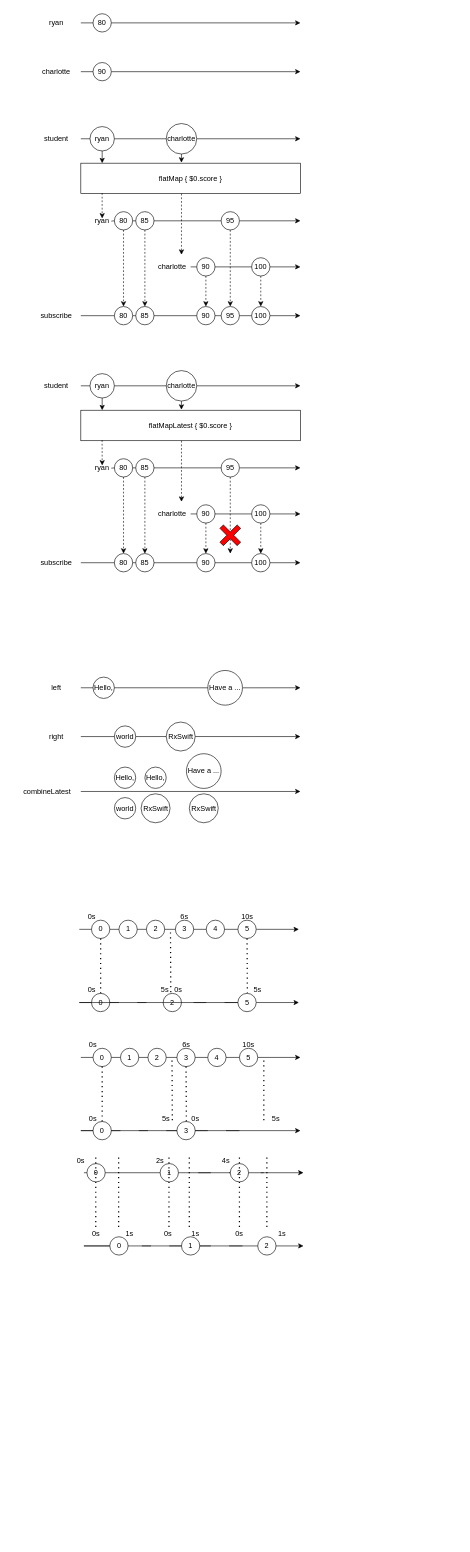
Earlier version of the draw.io diagram Apple/RxSwift/OperatorPractice.drawio (dev-wimes/TIL). Source tidied: cells renumbered, new cells numbered last; positions are measured from the earlier drawing's top-left corner, leaving out a move shared by most shapes. Both pictures are drawn from the tidied source at 61%, with x=0, y=0 at pixel (20, 10).
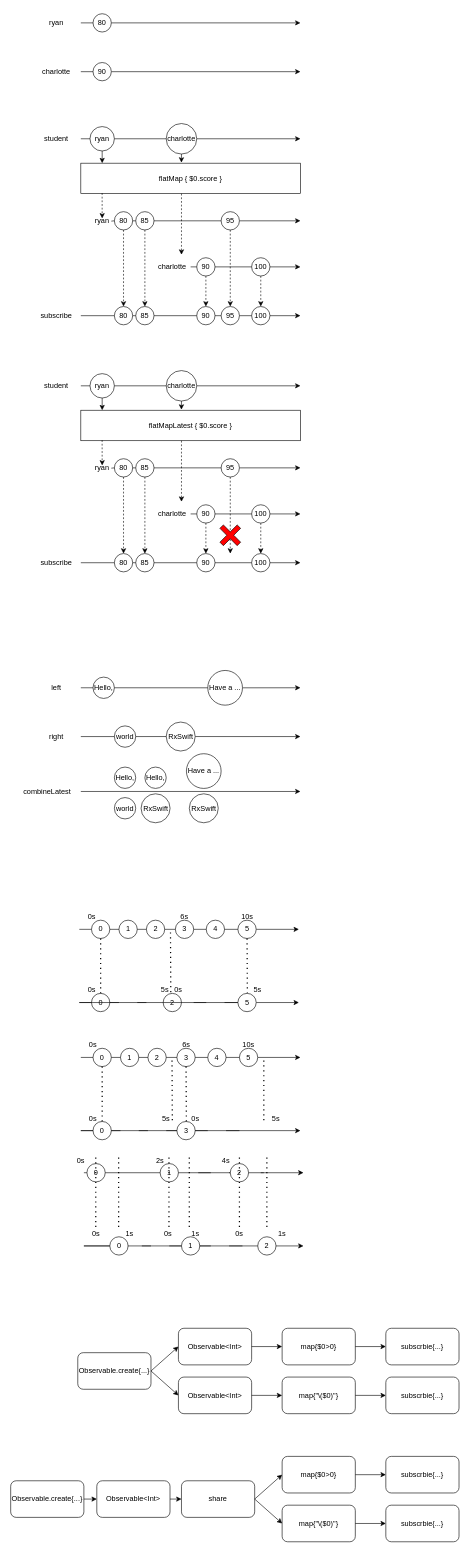
Above is the later version.

Diff of the diagram source:
```diff
@@
+    <mxCell id="219" value="Observable.create{...}" style="rounded=1;whiteSpace=wrap;html=1;fillColor=none;" parent="1" vertex="1">
+      <mxGeometry x="95" y="2200" width="120" height="60" as="geometry" />
+    </mxCell>
+    <mxCell id="220" value="Observable&amp;lt;Int&amp;gt;" style="rounded=1;whiteSpace=wrap;html=1;fillColor=none;" parent="1" vertex="1">
+      <mxGeometry x="260" y="2160" width="120" height="60" as="geometry" />
+    </mxCell>
+    <mxCell id="221" value="Observable&amp;lt;Int&amp;gt;" style="rounded=1;whiteSpace=wrap;html=1;fillColor=none;" parent="1" vertex="1">
+      <mxGeometry x="260" y="2240" width="120" height="60" as="geometry" />
+    </mxCell>
+    <mxCell id="222" value="map{$0&amp;gt;0}" style="rounded=1;whiteSpace=wrap;html=1;fillColor=none;" parent="1" vertex="1">
+      <mxGeometry x="430" y="2160" width="120" height="60" as="geometry" />
+    </mxCell>
+    <mxCell id="223" value="map{&quot;\($0)&quot;}" style="rounded=1;whiteSpace=wrap;html=1;fillColor=none;" parent="1" vertex="1">
+      <mxGeometry x="430" y="2240" width="120" height="60" as="geometry" />
+    </mxCell>
+    <mxCell id="224" style="endArrow=classic;html=1;rounded=0;exitX=1;exitY=0.5;exitDx=0;exitDy=0;entryX=0;entryY=0.5;entryDx=0;entryDy=0;" parent="1" edge="1" source="219" target="220">
+      <mxGeometry relative="1" as="geometry" />
+    </mxCell>
+    <mxCell id="225" style="endArrow=classic;html=1;rounded=0;exitX=1;exitY=0.5;exitDx=0;exitDy=0;entryX=0;entryY=0.5;entryDx=0;entryDy=0;" parent="1" edge="1" source="219" target="221">
+      <mxGeometry relative="1" as="geometry" />
+    </mxCell>
+    <mxCell id="226" style="endArrow=classic;html=1;rounded=0;entryX=0;entryY=0.5;entryDx=0;entryDy=0;" parent="1" edge="1" source="220" target="222">
+      <mxGeometry relative="1" as="geometry" />
+    </mxCell>
+    <mxCell id="227" style="endArrow=classic;html=1;rounded=0;entryX=0;entryY=0.5;entryDx=0;entryDy=0;exitX=1;exitY=0.5;exitDx=0;exitDy=0;" parent="1" edge="1" source="221" target="223">
+      <mxGeometry relative="1" as="geometry" />
+    </mxCell>
+    <mxCell id="228" value="subscrbie{...}" style="rounded=1;whiteSpace=wrap;html=1;fillColor=none;" parent="1" vertex="1">
+      <mxGeometry x="600" y="2160" width="120" height="60" as="geometry" />
+    </mxCell>
+    <mxCell id="229" value="subscrbie{...}" style="rounded=1;whiteSpace=wrap;html=1;fillColor=none;" parent="1" vertex="1">
+      <mxGeometry x="600" y="2240" width="120" height="60" as="geometry" />
+    </mxCell>
+    <mxCell id="230" style="endArrow=classic;html=1;rounded=0;entryX=0;entryY=0.5;entryDx=0;entryDy=0;exitX=1;exitY=0.5;exitDx=0;exitDy=0;" parent="1" edge="1" source="222" target="228">
+      <mxGeometry relative="1" as="geometry" />
+    </mxCell>
+    <mxCell id="231" style="endArrow=classic;html=1;rounded=0;entryX=0;entryY=0.5;entryDx=0;entryDy=0;exitX=1;exitY=0.5;exitDx=0;exitDy=0;" parent="1" edge="1" source="223" target="229">
+      <mxGeometry relative="1" as="geometry" />
+    </mxCell>
+    <mxCell id="232" value="Observable.create{...}" style="rounded=1;whiteSpace=wrap;html=1;fillColor=none;" parent="1" vertex="1">
+      <mxGeometry x="-15" y="2410" width="120" height="60" as="geometry" />
+    </mxCell>
+    <mxCell id="233" value="Observable&amp;lt;Int&amp;gt;" style="rounded=1;whiteSpace=wrap;html=1;fillColor=none;" parent="1" vertex="1">
+      <mxGeometry x="126.2" y="2410" width="120" height="60" as="geometry" />
+    </mxCell>
+    <mxCell id="234" value="map{$0&amp;gt;0}" style="rounded=1;whiteSpace=wrap;html=1;fillColor=none;" parent="1" vertex="1">
+      <mxGeometry x="430" y="2370" width="120" height="60" as="geometry" />
+    </mxCell>
+    <mxCell id="235" value="map{&quot;\($0)&quot;}" style="rounded=1;whiteSpace=wrap;html=1;fillColor=none;" parent="1" vertex="1">
+      <mxGeometry x="430" y="2450" width="120" height="60" as="geometry" />
+    </mxCell>
+    <mxCell id="236" style="endArrow=classic;html=1;rounded=0;exitX=1;exitY=0.5;exitDx=0;exitDy=0;entryX=0;entryY=0.5;entryDx=0;entryDy=0;" parent="1" edge="1" source="232" target="233">
+      <mxGeometry relative="1" as="geometry" />
+    </mxCell>
+    <mxCell id="237" style="endArrow=classic;html=1;rounded=0;entryX=0;entryY=0.5;entryDx=0;entryDy=0;exitX=1;exitY=0.5;exitDx=0;exitDy=0;" parent="1" edge="1" source="243" target="234">
+      <mxGeometry relative="1" as="geometry" />
+    </mxCell>
+    <mxCell id="238" style="endArrow=classic;html=1;rounded=0;entryX=0;entryY=0.5;entryDx=0;entryDy=0;exitX=1;exitY=0.5;exitDx=0;exitDy=0;" parent="1" edge="1" source="243" target="235">
+      <mxGeometry relative="1" as="geometry" />
+    </mxCell>
+    <mxCell id="239" value="subscrbie{...}" style="rounded=1;whiteSpace=wrap;html=1;fillColor=none;" parent="1" vertex="1">
+      <mxGeometry x="600" y="2370" width="120" height="60" as="geometry" />
+    </mxCell>
+    <mxCell id="240" value="subscrbie{...}" style="rounded=1;whiteSpace=wrap;html=1;fillColor=none;" parent="1" vertex="1">
+      <mxGeometry x="600" y="2450" width="120" height="60" as="geometry" />
+    </mxCell>
+    <mxCell id="241" style="endArrow=classic;html=1;rounded=0;entryX=0;entryY=0.5;entryDx=0;entryDy=0;exitX=1;exitY=0.5;exitDx=0;exitDy=0;" parent="1" edge="1" source="234" target="239">
+      <mxGeometry relative="1" as="geometry" />
+    </mxCell>
+    <mxCell id="242" style="endArrow=classic;html=1;rounded=0;entryX=0;entryY=0.5;entryDx=0;entryDy=0;exitX=1;exitY=0.5;exitDx=0;exitDy=0;" parent="1" edge="1" source="235" target="240">
+      <mxGeometry relative="1" as="geometry" />
+    </mxCell>
+    <mxCell id="243" value="share" style="rounded=1;whiteSpace=wrap;html=1;fillColor=none;" parent="1" vertex="1">
+      <mxGeometry x="265" y="2410" width="120" height="60" as="geometry" />
+    </mxCell>
+    <mxCell id="244" style="endArrow=classic;html=1;rounded=0;exitX=1;exitY=0.5;exitDx=0;exitDy=0;entryX=0;entryY=0.5;entryDx=0;entryDy=0;" parent="1" edge="1" source="233" target="243">
+      <mxGeometry relative="1" as="geometry" />
+    </mxCell>
```
